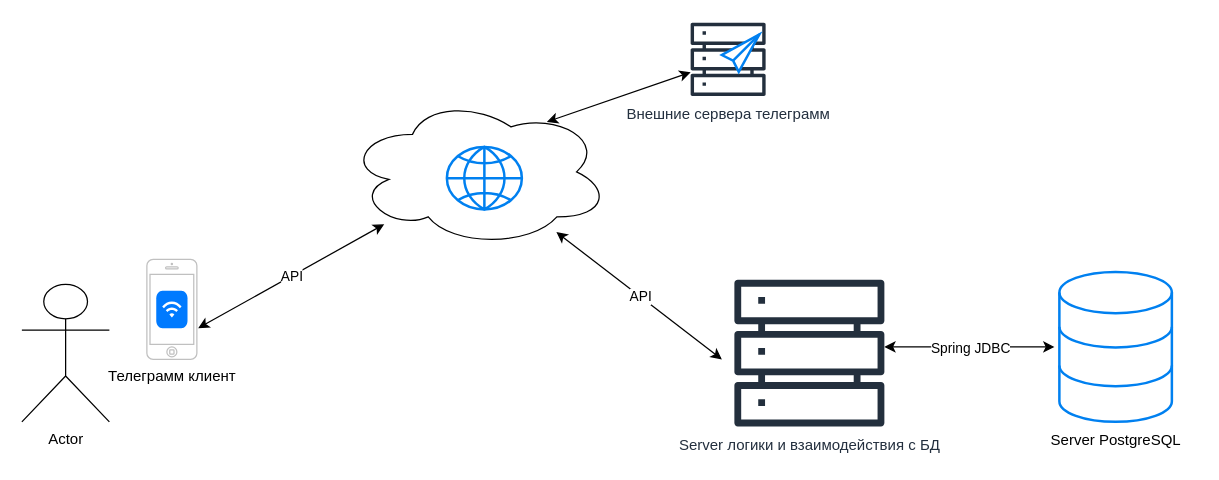
AlexandrYurkov/graduation_work keeps this draw.io diagram as Блок-схема.drawio. Above is the earlier version. Source tidied: cells renumbered, new cells numbered last; positions are measured from the earlier drawing's top-left corner, leaving out a move shared by most shapes. Both pictures are drawn from the tidied source at 125%, with x=0, y=0 at pixel (21, 21).
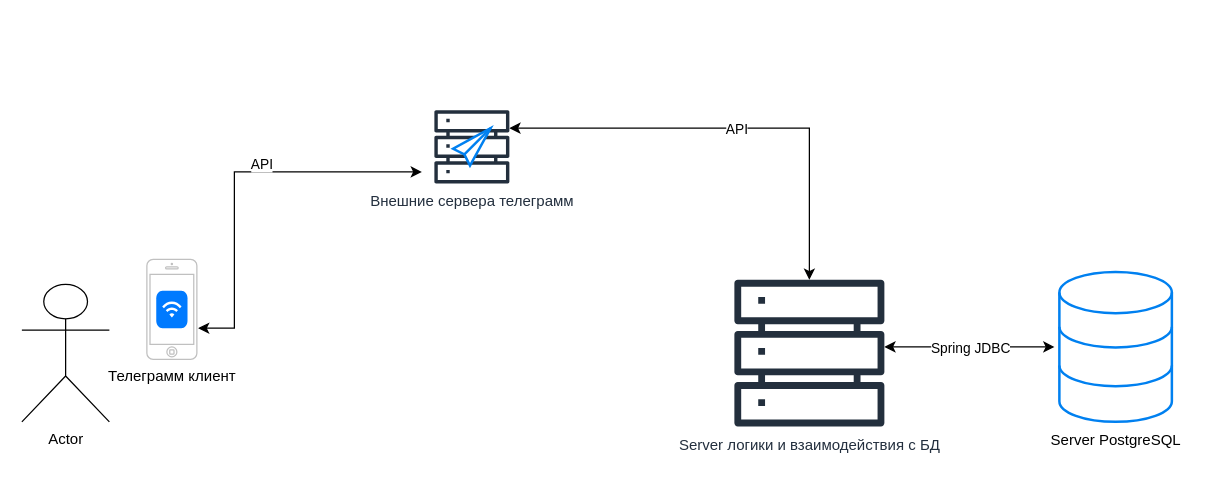
Above is the later version.

The change refers to these unchanged cells:
```xml
<mxCell id="2" value="Server логики и взаимодействия с БД" style="sketch=0;outlineConnect=0;fontColor=#232F3E;gradientColor=none;fillColor=#232F3D;strokeColor=none;dashed=0;verticalLabelPosition=bottom;verticalAlign=top;align=center;html=1;fontSize=12;fontStyle=0;shape=mxgraph.aws4.servers;" parent="1" vertex="1">
  <mxGeometry x="570" y="205" width="120" height="120" as="geometry" />
</mxCell>
<mxCell id="5" value="Телеграмм клиент" style="html=1;verticalLabelPosition=bottom;labelBackgroundColor=#ffffff;verticalAlign=top;shadow=0;dashed=0;strokeWidth=1;shape=mxgraph.ios7.misc.iphone;strokeColor=#c0c0c0;" parent="1" vertex="1">
  <mxGeometry x="100" y="190" width="40" height="80" as="geometry" />
</mxCell>
```

The edit, as a diff of the source:
```diff
@@
-    <mxCell id="3" style="ellipse;shape=cloud;whiteSpace=wrap;html=1;" parent="1" vertex="1">
-      <mxGeometry x="260" y="60" width="210" height="120" as="geometry" />
-    </mxCell>
@@
-    <mxCell id="8" style="html=1;verticalLabelPosition=bottom;align=center;labelBackgroundColor=#ffffff;verticalAlign=top;strokeWidth=2;strokeColor=#0080F0;shadow=0;dashed=0;shape=mxgraph.ios7.icons.globe;" parent="1" vertex="1">
-      <mxGeometry x="340" y="100" width="60" height="50" as="geometry" />
-    </mxCell>
-    <mxCell id="9" value="Внешние сервера телеграмм" style="sketch=0;outlineConnect=0;fontColor=#232F3E;gradientColor=none;fillColor=#232F3D;strokeColor=none;dashed=0;verticalLabelPosition=bottom;verticalAlign=top;align=center;html=1;fontSize=12;fontStyle=0;shape=mxgraph.aws4.servers;" parent="1" vertex="1">
-      <mxGeometry x="535" width="60" height="60" as="geometry" />
-    </mxCell>
-    <mxCell id="10" style="html=1;verticalLabelPosition=bottom;align=center;labelBackgroundColor=#ffffff;verticalAlign=top;strokeWidth=2;strokeColor=#0080F0;shadow=0;dashed=0;shape=mxgraph.ios7.icons.pointer;" parent="1" vertex="1">
-      <mxGeometry x="560" y="10" width="30" height="30" as="geometry" />
-    </mxCell>
-    <mxCell id="11" style="endArrow=classic;html=1;rounded=0;exitX=1.025;exitY=0.688;exitDx=0;exitDy=0;exitPerimeter=0;startArrow=classic;startFill=1;" parent="1" edge="1" source="5" target="3">
-      <mxGeometry relative="1" as="geometry" />
+    <mxCell id="11" style="endArrow=classic;html=1;rounded=0;exitX=1.025;exitY=0.688;exitDx=0;exitDy=0;exitPerimeter=0;startArrow=classic;startFill=1;" parent="1" edge="1" source="5">
+      <mxGeometry relative="1" as="geometry">
+        <mxPoint x="320" y="120" as="targetPoint" />
+        <Array as="points">
+          <mxPoint x="170" y="245" />
+          <mxPoint x="170" y="120" />
+        </Array>
+      </mxGeometry>
     </mxCell>
     <mxCell id="12" value="API" style="edgeLabel;html=1;align=center;verticalAlign=middle;" parent="11" vertex="1">
-      <mxGeometry relative="1" as="geometry" />
+      <mxGeometry relative="1" as="geometry">
+        <mxPoint x="21" y="-9" as="offset" />
+      </mxGeometry>
     </mxCell>
-    <mxCell id="13" style="endArrow=classic;html=1;rounded=0;startArrow=classic;startFill=1;" parent="1" edge="1" source="3">
+    <mxCell id="13" style="endArrow=classic;html=1;rounded=0;startArrow=classic;startFill=1;" parent="1" edge="1" target="2">
       <mxGeometry relative="1" as="geometry">
-        <mxPoint x="560" y="270" as="targetPoint" />
+        <mxPoint x="390" y="85" as="sourcePoint" />
+        <Array as="points">
+          <mxPoint x="550" y="85" />
+          <mxPoint x="630" y="85" />
+        </Array>
       </mxGeometry>
     </mxCell>
@@
-    <mxCell id="15" style="endArrow=classic;startArrow=classic;html=1;rounded=0;" parent="1" edge="1" target="9">
-      <mxGeometry relative="1" as="geometry">
-        <mxPoint x="420" y="80" as="sourcePoint" />
-      </mxGeometry>
-    </mxCell>
@@
+    <mxCell id="19" style="group;" parent="1" vertex="1">
+      <mxGeometry x="330" y="70" width="60" height="60" as="geometry" />
+    </mxCell>
+    <mxCell id="9" value="Внешние сервера телеграмм" style="sketch=0;outlineConnect=0;fontColor=#232F3E;gradientColor=none;fillColor=#232F3D;strokeColor=none;dashed=0;verticalLabelPosition=bottom;verticalAlign=top;align=center;html=1;fontSize=12;fontStyle=0;shape=mxgraph.aws4.servers;" parent="19" vertex="1">
+      <mxGeometry width="60" height="60" as="geometry" />
+    </mxCell>
+    <mxCell id="10" style="html=1;verticalLabelPosition=bottom;align=center;labelBackgroundColor=#ffffff;verticalAlign=top;strokeWidth=2;strokeColor=#0080F0;shadow=0;dashed=0;shape=mxgraph.ios7.icons.pointer;" parent="19" vertex="1">
+      <mxGeometry x="15" y="15" width="30" height="30" as="geometry" />
+    </mxCell>
```
